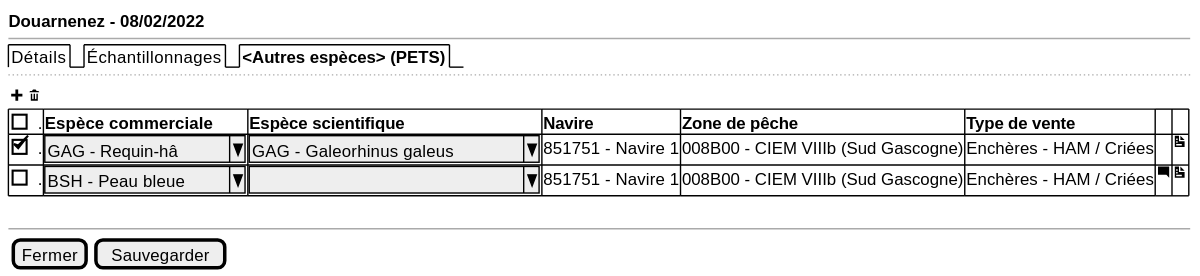
Earlier version of the PlantUML export projects/obsvente/spe/images/landings-others-table.svg (sumaris-net/sumaris-doc).
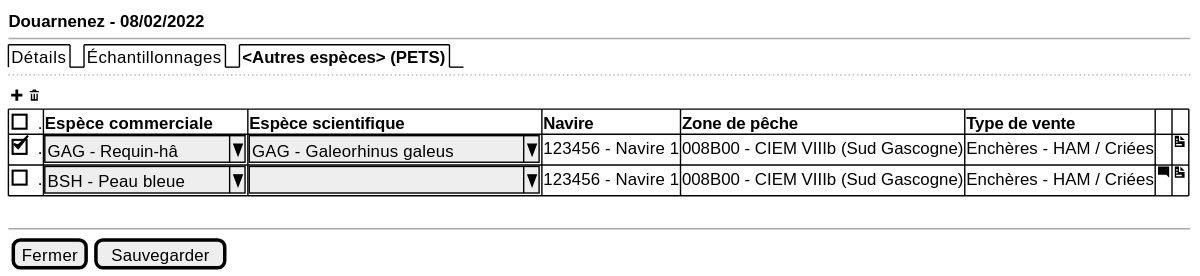
Later version of the same file.

Diff of the diagram source:
```diff
@@ -9,8 +9,8 @@
 	{#
 
       [].| <b>Espèce commerciale | <b>Espèce scientifique  | <b>Navire | <b>Zone de pêche| <b>Type de vente | . | .
-      [X]. | ^GAG - Requin-hâ ^ | ^GAG - Galeorhinus galeus^ | 851751 - Navire 1 | 008B00 - CIEM VIIIb (Sud Gascogne) | Enchères - HAM / Criées | . | <&document>
-      []. | ^BSH - Peau bleue^ | ^                        ^ | 851751 - Navire 1 | 008B00 - CIEM VIIIb (Sud Gascogne) | Enchères - HAM / Criées | <&comment-square> | <&document>
+      [X]. | ^GAG - Requin-hâ ^ | ^GAG - Galeorhinus galeus^ | 123456 - Navire 1 | 008B00 - CIEM VIIIb (Sud Gascogne) | Enchères - HAM / Criées | . | <&document>
+      []. | ^BSH - Peau bleue^ | ^                        ^ | 123456 - Navire 1 | 008B00 - CIEM VIIIb (Sud Gascogne) | Enchères - HAM / Criées | <&comment-square> | <&document>
     }
     .
   --
```
